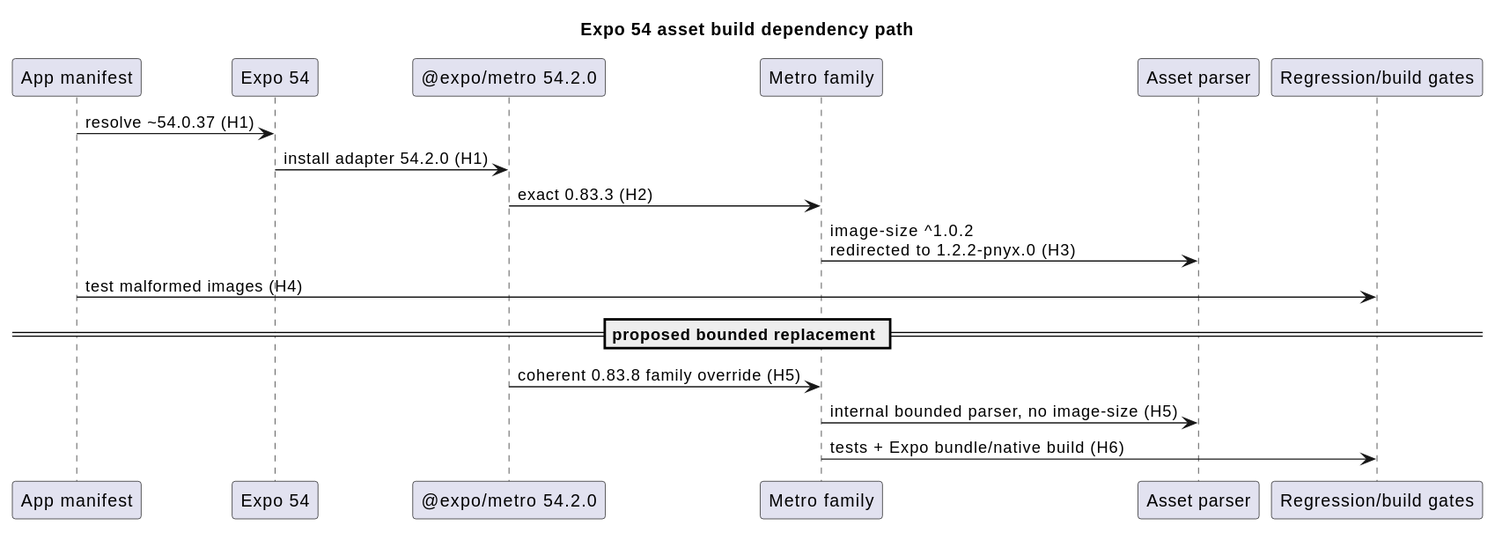
This is docs/architecture/main-path.svg from NeaBouli/pnyx, a PlantUML export, as it was before one commit.
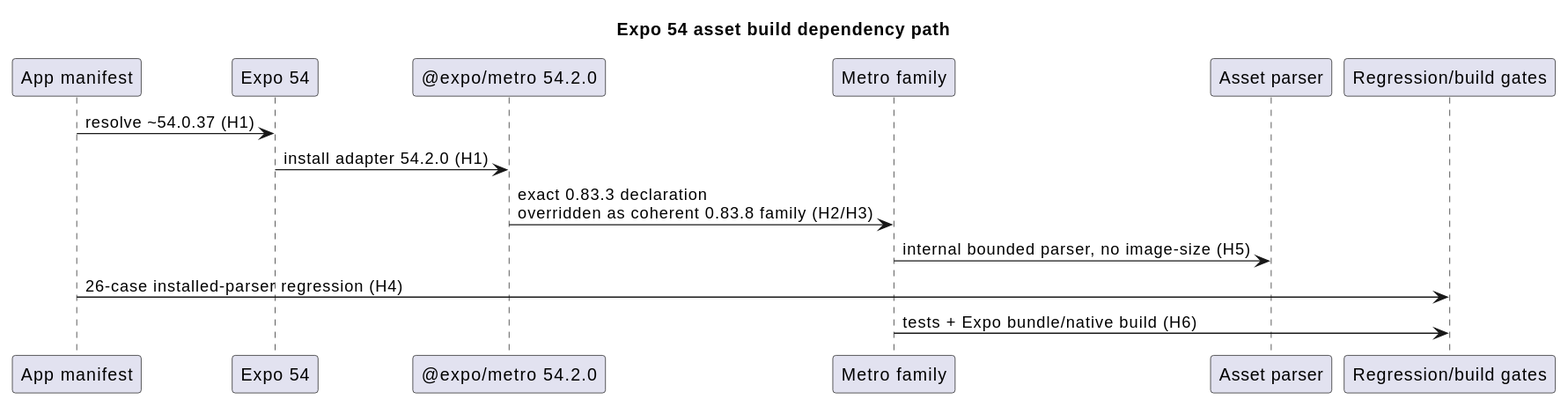
After the commit.

Commit message:
fix(mobile): adopt Metro 0.83.8 image parser, drop image-size (T-506)

What changed in the source:
```diff
@@ -11,12 +11,8 @@
 
 APP -> EXPO : resolve ~54.0.37 (H1)
 EXPO -> EM : install adapter 54.2.0 (H1)
-EM -> METRO : exact 0.83.3 (H2)
-METRO -> PARSER : image-size ^1.0.2\nredirected to 1.2.2-pnyx.0 (H3)
-APP -> GATES : test malformed images (H4)
-
-== proposed bounded replacement ==
-EM -> METRO : coherent 0.83.8 family override (H5)
+EM -> METRO : exact 0.83.3 declaration\noverridden as coherent 0.83.8 family (H2/H3)
 METRO -> PARSER : internal bounded parser, no image-size (H5)
+APP -> GATES : 26-case installed-parser regression (H4)
 METRO -> GATES : tests + Expo bundle/native build (H6)
 @enduml
```
